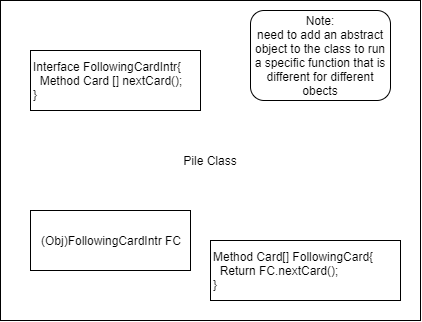
Before: PilefollowingCard.png, a diagram exported from draw.io (kyle4036/CanfieldBot). Source tidied: cells renumbered, new cells last; positions are measured from the earlier drawing's top-left corner, leaving out a move shared by most shapes.
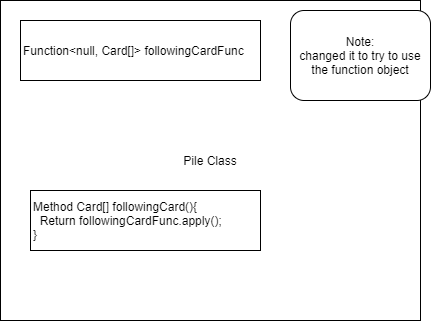
After the change.

Commit message:
allowed a lambda function to be added while instantiating a pile class

lets me decide the following card rules so that I can decide them in once.

Change to the diagram source:
```diff
@@ -5,17 +5,14 @@
     <mxCell id="2" value="Pile Class&lt;br&gt;" style="rounded=0;whiteSpace=wrap;html=1;" parent="1" vertex="1">
       <mxGeometry width="420" height="320" as="geometry" />
     </mxCell>
-    <mxCell id="3" value="Interface FollowingCardIntr{&lt;br&gt;&amp;nbsp; Method Card [] nextCard();&lt;br&gt;}" style="rounded=0;whiteSpace=wrap;html=1;align=left;" parent="1" vertex="1">
-      <mxGeometry x="30" y="50" width="170" height="60" as="geometry" />
+    <mxCell id="3" value="Function&amp;lt;null, Card[]&amp;gt; followingCardFunc" style="rounded=0;whiteSpace=wrap;html=1;align=left;" parent="1" vertex="1">
+      <mxGeometry x="20" y="20" width="240" height="60" as="geometry" />
     </mxCell>
-    <mxCell id="4" value="Method Card[] FollowingCard{&lt;br&gt;&amp;nbsp; Return FC.nextCard();&lt;br&gt;}" style="rounded=0;whiteSpace=wrap;html=1;align=left;" parent="1" vertex="1">
-      <mxGeometry x="210" y="240" width="190" height="60" as="geometry" />
+    <mxCell id="4" value="Method Card[] followingCard(){&lt;br&gt;&amp;nbsp; Return followingCardFunc.apply();&lt;br&gt;}" style="rounded=0;whiteSpace=wrap;html=1;align=left;" parent="1" vertex="1">
+      <mxGeometry x="30" y="190" width="230" height="60" as="geometry" />
     </mxCell>
-    <mxCell id="5" value="(Obj)FollowingCardIntr FC" style="rounded=0;whiteSpace=wrap;html=1;" parent="1" vertex="1">
-      <mxGeometry x="30" y="210" width="160" height="60" as="geometry" />
-    </mxCell>
-    <mxCell id="6" value="Note:&lt;br&gt;need to add an abstract object to the class to run a specific function that is different for different obects" style="rounded=1;whiteSpace=wrap;html=1;" parent="1" vertex="1">
-      <mxGeometry x="250" y="10" width="140" height="90" as="geometry" />
+    <mxCell id="6" value="Note:&lt;br&gt;changed it to try to use the function object" style="rounded=1;whiteSpace=wrap;html=1;" parent="1" vertex="1">
+      <mxGeometry x="290" y="10" width="140" height="90" as="geometry" />
     </mxCell>
   </root>
 </mxGraphModel>
```
